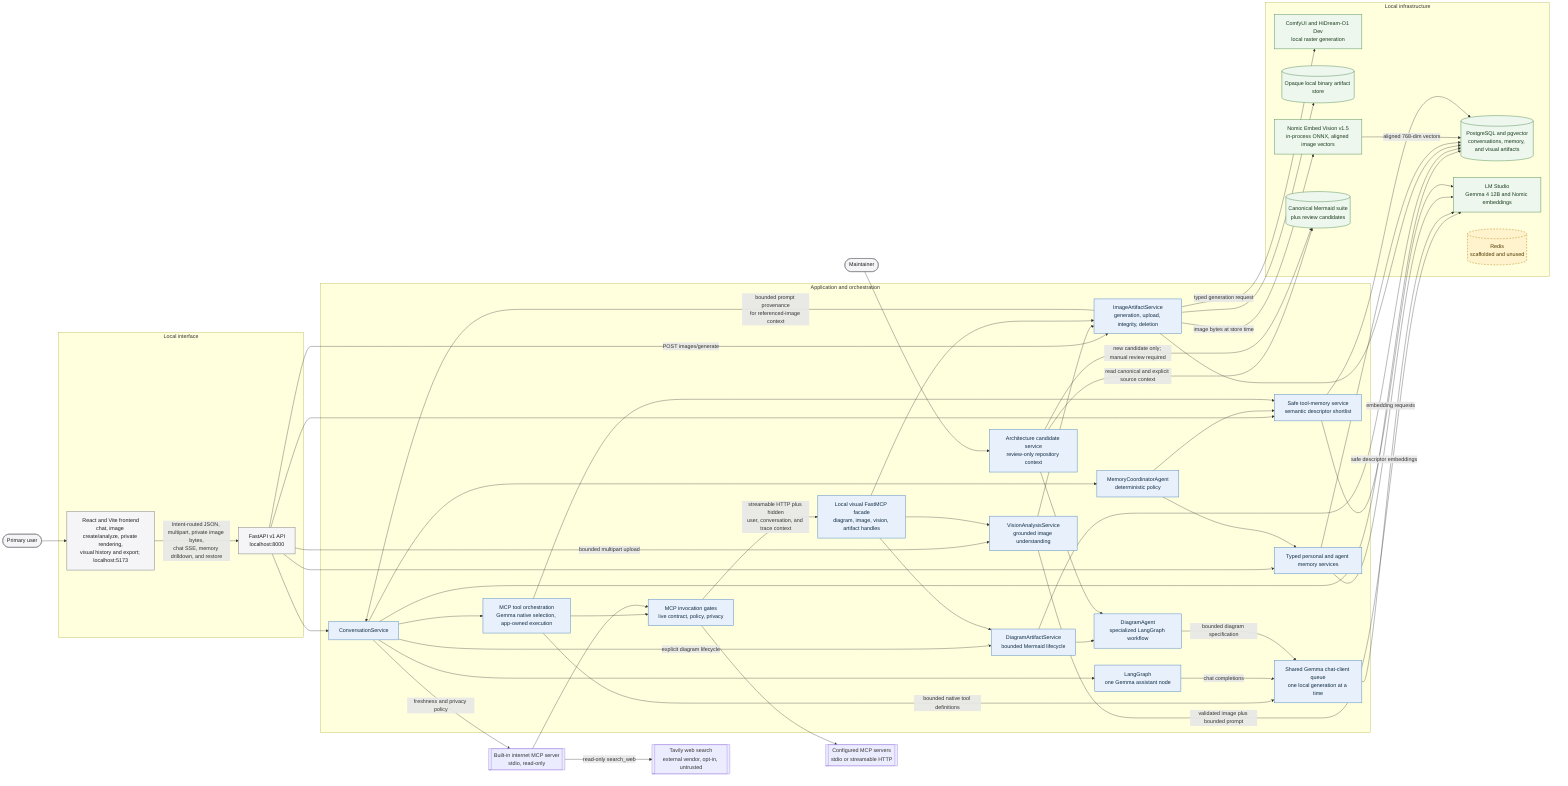
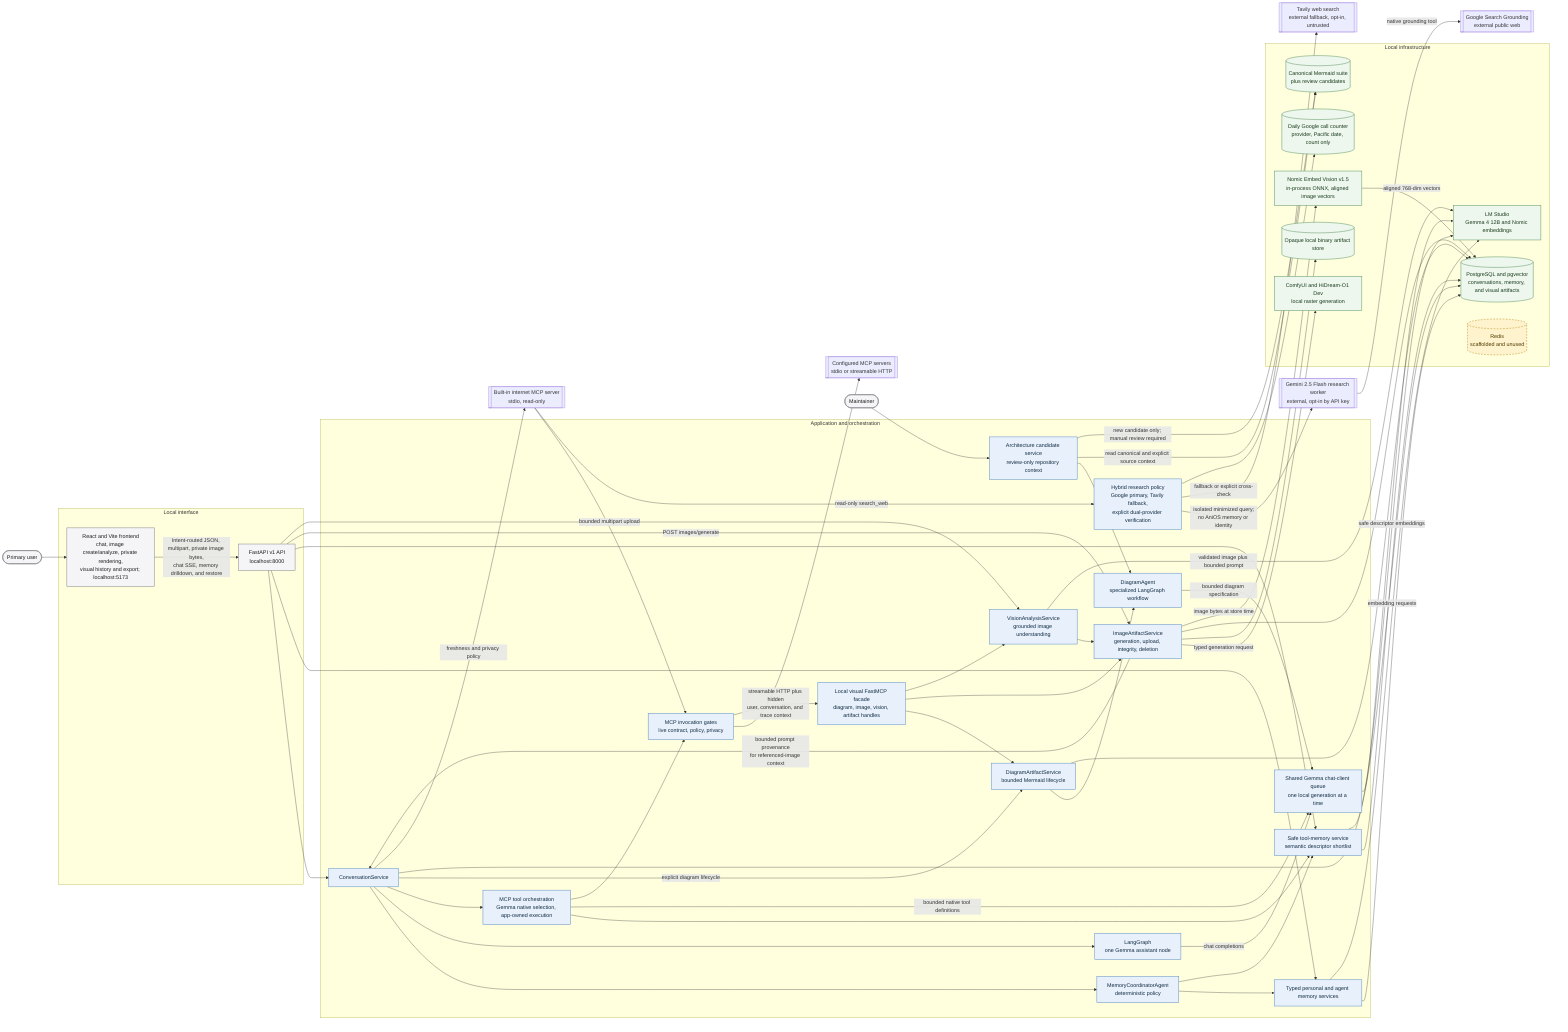
flowchart LR
    User([Primary user])
    Maintainer([Maintainer])

    subgraph Interface[Local interface]
        Frontend[React and Vite frontend<br/>chat, image create/analyze, private rendering,<br/>visual history and export; localhost:5173]
        API[FastAPI v1 API<br/>localhost:8000]
    end

    subgraph Application[Application and orchestration]
        Conversation[ConversationService]
        DiagramArtifacts[DiagramArtifactService<br/>bounded Mermaid lifecycle]
        ImageArtifacts[ImageArtifactService<br/>generation, upload, integrity, deletion]
        Vision[VisionAnalysisService<br/>grounded image understanding]
        DiagramAgent[DiagramAgent<br/>specialized LangGraph workflow]
        Candidate[Architecture candidate service<br/>review-only repository context]
        Coordinator[MemoryCoordinatorAgent<br/>deterministic policy]
        Graph[LangGraph<br/>one Gemma assistant node]
        Memory[Typed personal and agent memory services]
        Toolbox[Safe tool-memory service<br/>semantic descriptor shortlist]
        ToolOrchestration[MCP tool orchestration<br/>Gemma native selection, app-owned execution]
        LLMQueue[Shared Gemma chat-client queue<br/>one local generation at a time]
        MCPInvocation[MCP invocation gates<br/>live contract, policy, privacy]
        VisualMCP[Local visual FastMCP facade<br/>diagram, image, vision, artifact handles]
+         Research[Hybrid research policy<br/>Google primary, Tavily fallback,<br/>explicit dual-provider verification]
    end

    subgraph Infrastructure[Local infrastructure]
        Database[(PostgreSQL and pgvector<br/>conversations, memory, and visual artifacts)]
        LMStudio[LM Studio<br/>Gemma 4 12B and Nomic embeddings]
        ComfyUI[ComfyUI and HiDream-O1 Dev<br/>local raster generation]
        BinaryStore[(Opaque local binary artifact store)]
        Redis[(Redis<br/>scaffolded and unused)]
        VisionEmbed[Nomic Embed Vision v1.5<br/>in-process ONNX, aligned image vectors]
        Diagrams[(Canonical Mermaid suite<br/>plus review candidates)]
+         SearchQuota[(Daily Google call counter<br/>provider, Pacific date, count only)]
    end

    User --> Frontend
    Maintainer --> Candidate
    Frontend -->|Intent-routed JSON, multipart, private image bytes,<br/>chat SSE, memory drilldown, and restore| API
    API --> Conversation
    API --> Memory
    API --> Toolbox
    Conversation --> Coordinator
    Conversation --> Graph
    Conversation --> ToolOrchestration
    Conversation -->|explicit diagram lifecycle| DiagramArtifacts
    DiagramArtifacts --> DiagramAgent
    API -->|POST images/generate| ImageArtifacts
    API -->|bounded multipart upload| Vision
    Vision --> ImageArtifacts
    Vision -->|validated image plus bounded prompt| LMStudio
    ImageArtifacts -->|typed generation request| ComfyUI
    ImageArtifacts --> BinaryStore
    ImageArtifacts -->|bounded prompt provenance<br/>for referenced-image context| Conversation
    Candidate --> DiagramAgent
    Candidate -->|read canonical and explicit source context| Diagrams
    Candidate -->|new candidate only; manual review required| Diagrams
    Conversation --> Database
    Coordinator --> Memory
    Coordinator --> Toolbox
    ToolOrchestration --> Toolbox
    ToolOrchestration -->|bounded native tool definitions| LLMQueue
    ToolOrchestration --> MCPInvocation
    Conversation -->|freshness and privacy policy| InternetMCP
    InternetMCP --> MCPInvocation
    MCPInvocation --> MCPServers
    MCPInvocation -->|streamable HTTP plus hidden<br/>user, conversation, and trace context| VisualMCP
    VisualMCP --> DiagramArtifacts
    VisualMCP --> ImageArtifacts
    VisualMCP --> Vision
-     InternetMCP -->|read-only search_web| WebSearch
+     InternetMCP -->|read-only search_web| Research
+     Research -->|isolated minimized query;<br/>no AniOS memory or identity| GoogleResearch
+     GoogleResearch -->|native grounding tool| GoogleSearch
+     Research -->|fallback or explicit cross-check| WebSearch
+     Research --> SearchQuota
    Graph -->|chat completions| LLMQueue
    DiagramAgent -->|bounded diagram specification| LLMQueue
    LLMQueue --> LMStudio
    DiagramArtifacts --> Database
    ImageArtifacts --> Database
    Memory --> Database
    Memory -->|embedding requests| LMStudio
    ImageArtifacts -->|image bytes at store time| VisionEmbed
    VisionEmbed -->|aligned 768-dim vectors| Database
    Toolbox --> Database
    Toolbox -->|safe descriptor embeddings| LMStudio

    classDef interface fill:#f5f5f7,stroke:#86868b,color:#1d1d1f,stroke-width:1.5px;
    classDef application fill:#e8f1fb,stroke:#5e8fc4,color:#102a43,stroke-width:1.5px;
    classDef infrastructure fill:#eef7ee,stroke:#5f9562,color:#183b1b,stroke-width:1.5px;
    classDef scaffold fill:#fff3cd,stroke:#b78b20,color:#4d3900,stroke-width:1.5px,stroke-dasharray:5 4;
    class Frontend,API interface;
    class User,Maintainer interface;
-     class Conversation,DiagramArtifacts,ImageArtifacts,Vision,DiagramAgent,Candidate,Coordinator,Graph,Memory,Toolbox,ToolOrchestration,LLMQueue,MCPInvocation,VisualMCP application;
+     class Conversation,DiagramArtifacts,ImageArtifacts,Vision,DiagramAgent,Candidate,Coordinator,Graph,Memory,Toolbox,ToolOrchestration,LLMQueue,MCPInvocation,VisualMCP,Research application;
    InternetMCP[[Built-in internet MCP server<br/>stdio, read-only]]
    MCPServers[[Configured MCP servers<br/>stdio or streamable HTTP]]
-     WebSearch[[Tavily web search<br/>external vendor, opt-in, untrusted]]
-     class Database,LMStudio,ComfyUI,BinaryStore,Diagrams,VisionEmbed infrastructure;
+     GoogleResearch[[Gemini 2.5 Flash research worker<br/>external, opt-in by API key]]
+     GoogleSearch[[Google Search Grounding<br/>external public web]]
+     WebSearch[[Tavily web search<br/>external fallback, opt-in, untrusted]]
+     class Database,LMStudio,ComfyUI,BinaryStore,Diagrams,VisionEmbed,SearchQuota infrastructure;
    class Redis scaffold;
